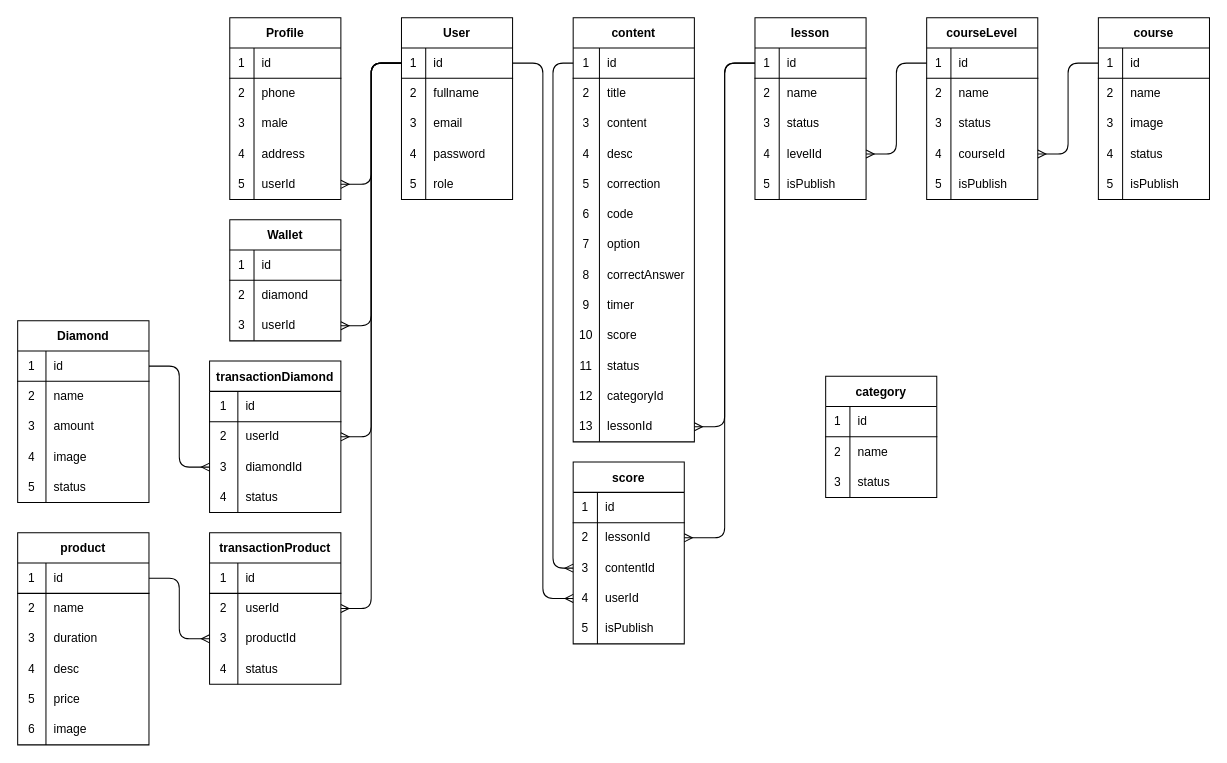
Before: iQuiz.drawio in Jody-septiawan/iQuiz, a draw.io diagram. Source tidied: cells renumbered, new cells numbered last; positions are measured from the earlier drawing's top-left corner, leaving out a move shared by most shapes. Both pictures are drawn from the tidied source at 101%, with x=0, y=0 at pixel (17, 17).
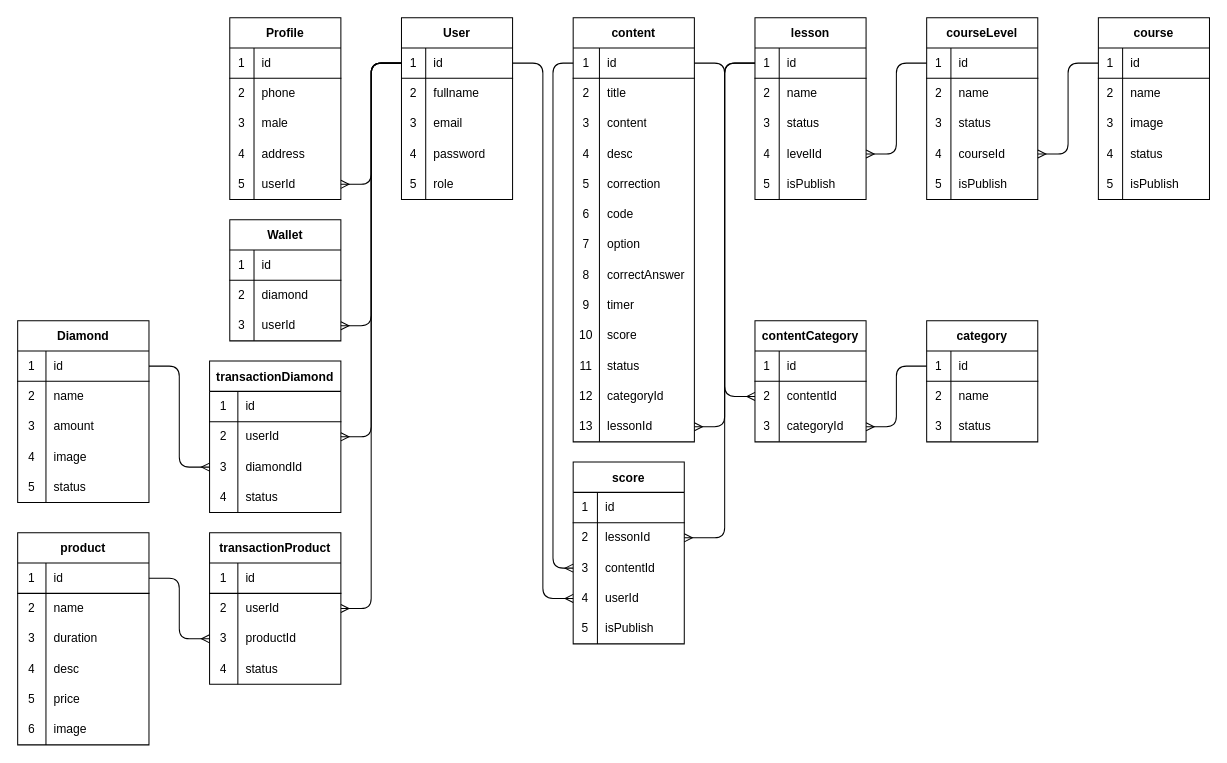
The same diagram, later.

The change refers to these unchanged cells:
```xml
<mxCell id="162" style="shape=partialRectangle;html=1;whiteSpace=wrap;fillColor=none;top=0;left=0;bottom=1;right=0;points=[[0,0.5],[1,0.5]];portConstraint=eastwest;" parent="161" vertex="1">
  <mxGeometry y="30" width="120" height="30" as="geometry" />
</mxCell>
<mxCell id="222" style="shape=partialRectangle;html=1;whiteSpace=wrap;fillColor=none;top=0;left=0;bottom=1;right=0;points=[[0,0.5],[1,0.5]];portConstraint=eastwest;" parent="221" vertex="1">
  <mxGeometry y="30" width="110" height="30" as="geometry" />
</mxCell>
```

What changed in the source:
```diff
@@
     <mxCell id="221" value="category" style="shape=table;startSize=30;childLayout=tableLayout;rowLines=0;fontStyle=1;align=center;" parent="1" vertex="1">
-      <mxGeometry x="800" y="355" width="110" height="120" as="geometry" />
+      <mxGeometry x="900" y="300" width="110" height="120" as="geometry" />
     </mxCell>
@@
+    <mxCell id="231" value="contentCategory" style="shape=table;startSize=30;childLayout=tableLayout;rowLines=0;fontStyle=1;align=center;" parent="1" vertex="1">
+      <mxGeometry x="730" y="300" width="110" height="120" as="geometry" />
+    </mxCell>
+    <mxCell id="232" style="shape=partialRectangle;html=1;whiteSpace=wrap;fillColor=none;top=0;left=0;bottom=1;right=0;" parent="231" vertex="1">
+      <mxGeometry y="30" width="110" height="30" as="geometry" />
+    </mxCell>
+    <mxCell id="233" value="1" style="shape=partialRectangle;html=1;whiteSpace=wrap;fillColor=none;top=0;left=0;bottom=0;right=0;overflow=hidden;" parent="232" vertex="1">
+      <mxGeometry width="24" height="30" as="geometry" />
+    </mxCell>
+    <mxCell id="234" value="id" style="shape=partialRectangle;html=1;whiteSpace=wrap;fillColor=none;top=0;left=0;bottom=0;right=0;align=left;spacingLeft=6;overflow=hidden;" parent="232" vertex="1">
+      <mxGeometry x="24" width="86" height="30" as="geometry" />
+    </mxCell>
+    <mxCell id="235" style="shape=partialRectangle;html=1;whiteSpace=wrap;fillColor=none;top=0;left=0;bottom=0;right=0;points=[[0,0.5],[1,0.5]];portConstraint=eastwest;" parent="231" vertex="1">
+      <mxGeometry y="60" width="110" height="30" as="geometry" />
+    </mxCell>
+    <mxCell id="236" value="2" style="shape=partialRectangle;html=1;whiteSpace=wrap;fillColor=none;top=0;left=0;bottom=0;right=0;overflow=hidden;" parent="235" vertex="1">
+      <mxGeometry width="24" height="30" as="geometry" />
+    </mxCell>
+    <mxCell id="237" value="contentId" style="shape=partialRectangle;html=1;whiteSpace=wrap;fillColor=none;top=0;left=0;bottom=0;right=0;align=left;spacingLeft=6;overflow=hidden;" parent="235" vertex="1">
+      <mxGeometry x="24" width="86" height="30" as="geometry" />
+    </mxCell>
+    <mxCell id="238" style="shape=partialRectangle;html=1;whiteSpace=wrap;fillColor=none;top=0;left=0;bottom=0;right=0;points=[[0,0.5],[1,0.5]];portConstraint=eastwest;" parent="231" vertex="1">
+      <mxGeometry y="90" width="110" height="30" as="geometry" />
+    </mxCell>
+    <mxCell id="239" value="3" style="shape=partialRectangle;html=1;whiteSpace=wrap;fillColor=none;top=0;left=0;bottom=0;right=0;overflow=hidden;" parent="238" vertex="1">
+      <mxGeometry width="24" height="30" as="geometry" />
+    </mxCell>
+    <mxCell id="240" value="categoryId" style="shape=partialRectangle;html=1;whiteSpace=wrap;fillColor=none;top=0;left=0;bottom=0;right=0;align=left;spacingLeft=6;overflow=hidden;" parent="238" vertex="1">
+      <mxGeometry x="24" width="86" height="30" as="geometry" />
+    </mxCell>
+    <mxCell id="241" style="edgeStyle=orthogonalEdgeStyle;rounded=1;jettySize=auto;html=1;exitX=1;exitY=0.5;exitDx=0;exitDy=0;entryX=0;entryY=0.5;entryDx=0;entryDy=0;endArrow=ERmany;endFill=0;" parent="1" edge="1" source="162" target="235">
+      <mxGeometry relative="1" as="geometry" />
+    </mxCell>
+    <mxCell id="242" style="edgeStyle=orthogonalEdgeStyle;rounded=1;jettySize=auto;html=1;exitX=0;exitY=0.5;exitDx=0;exitDy=0;entryX=1;entryY=0.5;entryDx=0;entryDy=0;endArrow=ERmany;endFill=0;" parent="1" edge="1" source="222" target="238">
+      <mxGeometry relative="1" as="geometry" />
+    </mxCell>
```
